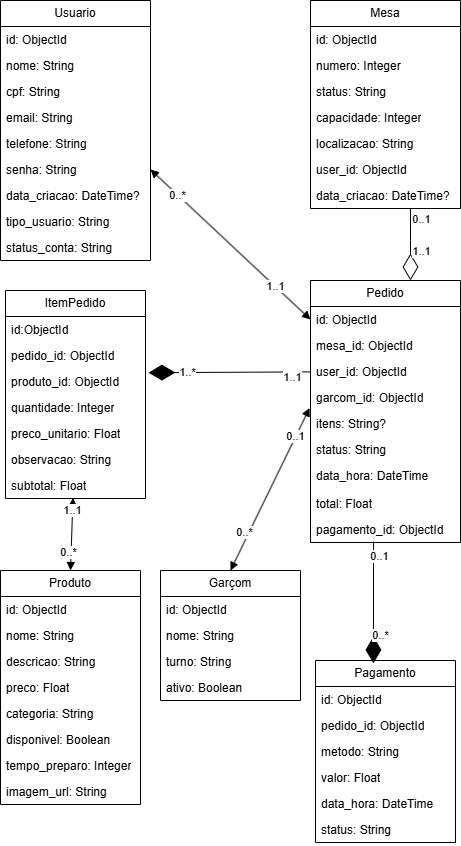
FatecFranca/DSM-P3-G03-2025-2 keeps this draw.io diagram as docs/NoAM.png. Above is the earlier version. Source tidied: cells renumbered, new cells last; positions are measured from the earlier drawing's top-left corner, leaving out a move shared by most shapes.
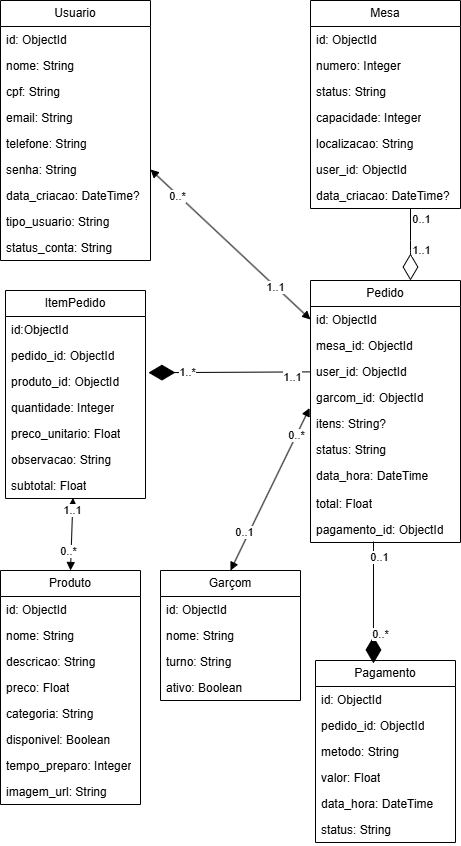
After the commit.

Commit message:
Atualizando imagens 29/09/2025

The edit, as a diff of the source:
```diff
@@ -224,10 +224,10 @@
     <mxCell id="71" style="endArrow=block;startArrow=block;endFill=1;startFill=1;html=1;exitX=-0.006;exitY=-0.097;exitDx=0;exitDy=0;entryX=0.5;entryY=0;entryDx=0;entryDy=0;exitPerimeter=0;" parent="1" edge="1" source="25" target="54">
       <mxGeometry relative="1" as="geometry" />
     </mxCell>
-    <mxCell id="72" value="0..1" style="edgeLabel;html=1;align=center;verticalAlign=middle;" parent="71" vertex="1">
+    <mxCell id="72" value="0..*" style="edgeLabel;html=1;align=center;verticalAlign=middle;" parent="71" vertex="1">
       <mxGeometry x="-0.66" y="-1" relative="1" as="geometry" />
     </mxCell>
-    <mxCell id="73" value="0..*" style="edgeLabel;html=1;align=center;verticalAlign=middle;" parent="71" vertex="1">
+    <mxCell id="73" value="0..1" style="edgeLabel;html=1;align=center;verticalAlign=middle;" parent="71" vertex="1">
       <mxGeometry x="0.58" y="-3" relative="1" as="geometry">
         <mxPoint y="-4" as="offset" />
       </mxGeometry>
```
